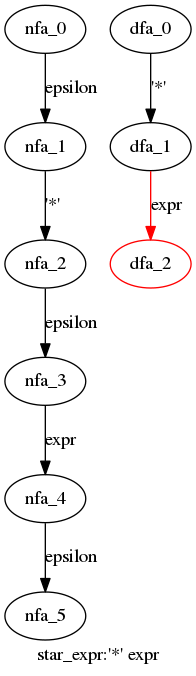
Above: cpython/grammar/handwrite/nfa_dfas/59.star_expr.dot.png in WinChua/blog (Graphviz), before the change. Its source is kept beside it as cpython/grammar/handwrite/nfa_dfas/59.star_expr.dot. Source of this version:
```dot
digraph star_expr {
 graph[label="star_expr:'*' expr"]
 subgraph star_expr_nfa {
  nfa_0->nfa_1[label="epsilon"]
  nfa_1->nfa_2[label="'*'"]
  nfa_2->nfa_3[label="epsilon"]
  nfa_3->nfa_4[label="expr"]
  nfa_4->nfa_5[label="epsilon"]
  }
 subgraph star_expr_dfa {
  dfa_0->dfa_1[label="'*'"]
  dfa_1->dfa_2[label="expr",color=red]
  dfa_2[color=red]
  }
}
```
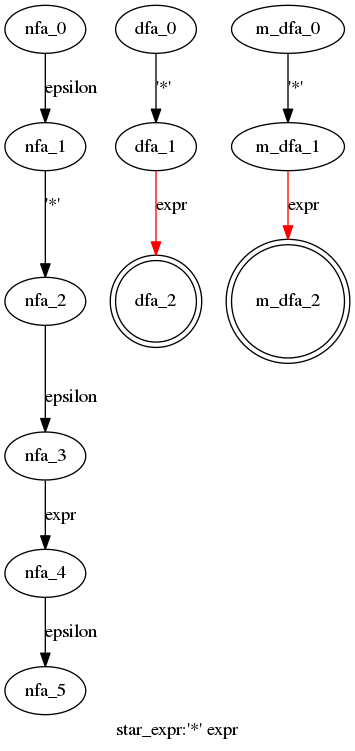
After the commit.

The edit, as a diff of the source:
```diff
@@ -10,6 +10,11 @@
  subgraph star_expr_dfa {
   dfa_0->dfa_1[label="'*'"]
   dfa_1->dfa_2[label="expr",color=red]
-  dfa_2[color=red]
+  dfa_2[shape=doublecircle]
+  }
+ subgraph star_expr_m_dfa {
+  m_dfa_0->m_dfa_1[label="'*'"]
+  m_dfa_1->m_dfa_2[label="expr",color=red]
+  m_dfa_2[shape=doublecircle]
   }
 }
```
